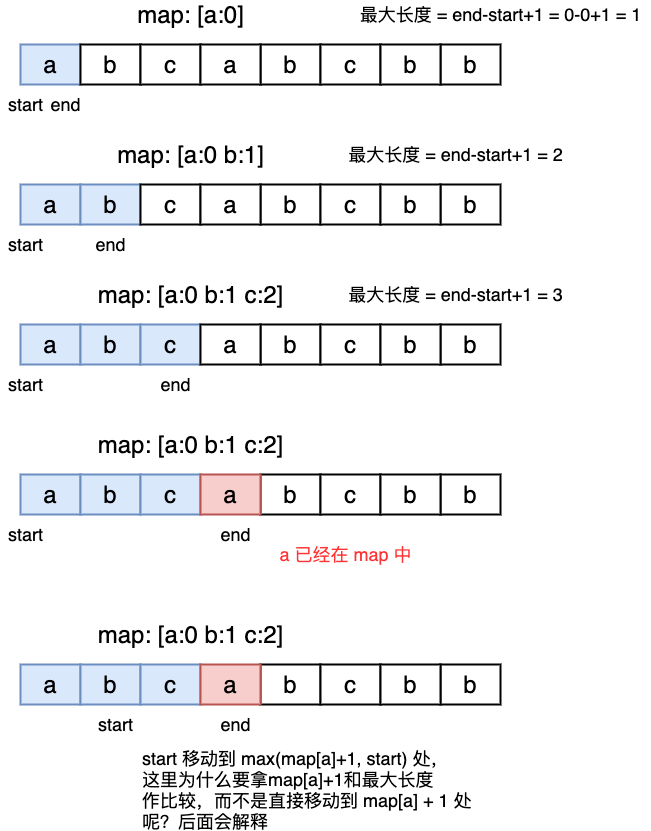
autsu/diagrams keeps this draw.io diagram as 剑指Offer48_最长不含重复字符的子字符串.png. Above is the earlier version. Source tidied: cells renumbered, new cells last; positions are measured from the earlier drawing's top-left corner, leaving out a move shared by most shapes.
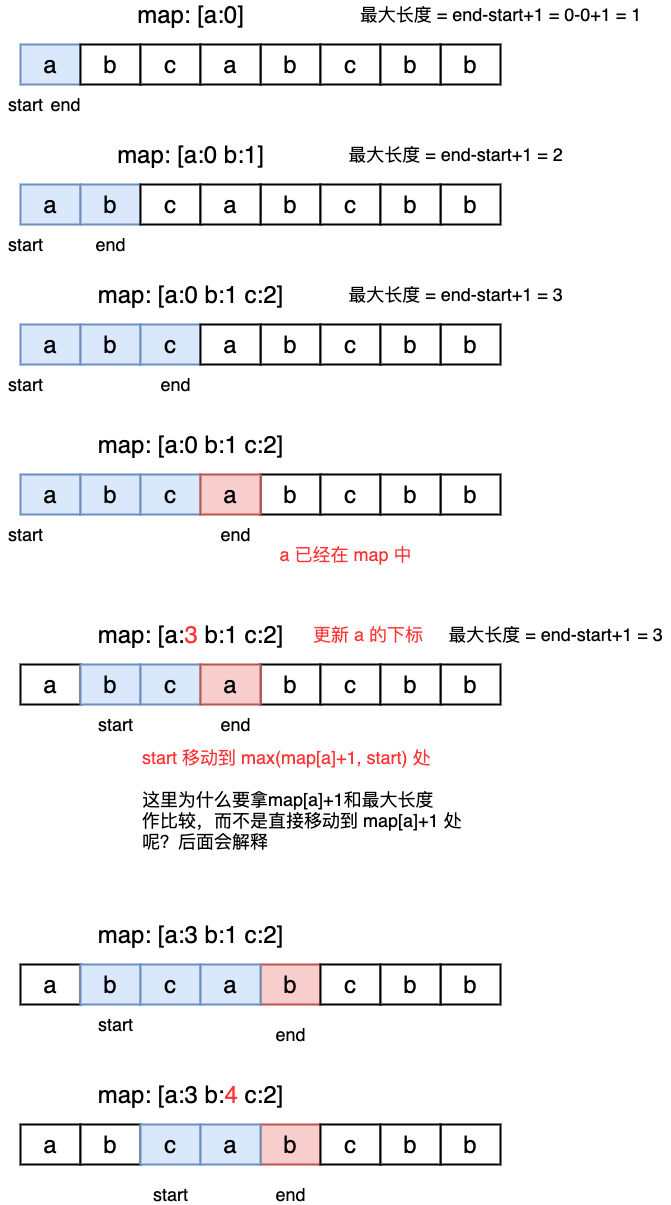
Later version of the same file.

Commit message:
更新剑指Offer48_最长不含重复字符的子字符串.png

Change to the diagram source:
```diff
@@ -137,7 +137,7 @@
     <mxCell id="46" value="&lt;font style=&quot;font-size: 18px&quot; color=&quot;#ff3333&quot;&gt;a 已经在 map 中&lt;/font&gt;" style="text;html=1;align=center;verticalAlign=middle;fillColor=none;strokeColor=none;rounded=0;" parent="1" vertex="1">
       <mxGeometry x="270" y="540" width="150" height="20" as="geometry" />
     </mxCell>
-    <mxCell id="47" value="&lt;font style=&quot;font-size: 24px&quot;&gt;a&lt;/font&gt;" style="rounded=0;whiteSpace=wrap;html=1;strokeWidth=2;fillColor=#dae8fc;strokeColor=#6c8ebf;" parent="1" vertex="1">
+    <mxCell id="47" value="&lt;font style=&quot;font-size: 24px&quot;&gt;a&lt;/font&gt;" style="rounded=0;whiteSpace=wrap;html=1;strokeWidth=2;" parent="1" vertex="1">
       <mxGeometry x="20" y="660" width="60" height="40" as="geometry" />
     </mxCell>
     <mxCell id="48" value="&lt;span style=&quot;font-size: 24px&quot;&gt;b&lt;/span&gt;" style="rounded=0;whiteSpace=wrap;html=1;strokeWidth=2;fillColor=#dae8fc;strokeColor=#6c8ebf;" parent="1" vertex="1">
@@ -167,7 +167,7 @@
     <mxCell id="56" value="&lt;font style=&quot;font-size: 18px&quot;&gt;end&lt;/font&gt;" style="text;html=1;align=center;verticalAlign=middle;fillColor=none;strokeColor=none;rounded=0;" parent="1" vertex="1">
       <mxGeometry x="210" y="710" width="50" height="20" as="geometry" />
     </mxCell>
-    <mxCell id="57" value="&lt;font style=&quot;font-size: 24px&quot;&gt;map: [a:0 b:1 c:2]&lt;/font&gt;" style="text;html=1;align=center;verticalAlign=middle;fillColor=none;strokeColor=none;rounded=0;" parent="1" vertex="1">
+    <mxCell id="57" value="&lt;font style=&quot;font-size: 24px&quot;&gt;map: [a:&lt;font color=&quot;#ff3333&quot;&gt;3&lt;/font&gt; b:1 c:2]&lt;/font&gt;" style="text;html=1;align=center;verticalAlign=middle;fillColor=none;strokeColor=none;rounded=0;" parent="1" vertex="1">
       <mxGeometry x="90" y="620" width="200" height="20" as="geometry" />
     </mxCell>
     <mxCell id="58" value="&lt;font style=&quot;font-size: 18px&quot;&gt;最大长度 = end-start+1 = 0-0+1 = 1&lt;/font&gt;" style="text;html=1;align=center;verticalAlign=middle;fillColor=none;strokeColor=none;rounded=0;" parent="1" vertex="1">
@@ -179,8 +179,80 @@
     <mxCell id="60" value="&lt;font style=&quot;font-size: 18px&quot;&gt;最大长度 = end-start+1 = 3&lt;/font&gt;" style="text;html=1;align=center;verticalAlign=middle;fillColor=none;strokeColor=none;rounded=0;" parent="1" vertex="1">
       <mxGeometry x="340" y="280" width="230" height="20" as="geometry" />
     </mxCell>
-    <mxCell id="61" value="&lt;span style=&quot;font-size: 18px&quot;&gt;start 移动到 max(map[a]+1, start) 处，&lt;br&gt;这里为什么要拿&lt;/span&gt;&lt;span style=&quot;font-size: 18px&quot;&gt;map[a]+1&lt;/span&gt;&lt;span style=&quot;font-size: 18px&quot;&gt;和最大长度&lt;br&gt;作比较，而不是直接移动到 map[a] + 1 处&lt;br&gt;呢？后面会解释&lt;/span&gt;" style="text;html=1;align=left;verticalAlign=middle;fillColor=none;strokeColor=none;rounded=0;" parent="1" vertex="1">
-      <mxGeometry x="140" y="750" width="350" height="70" as="geometry" />
+    <mxCell id="61" value="&lt;span style=&quot;font-size: 18px&quot;&gt;&lt;font color=&quot;#ff3333&quot;&gt;start 移动到 max(map[a]+1, start) 处&lt;br&gt;&lt;/font&gt;&lt;br&gt;这里为什么要拿&lt;/span&gt;&lt;span style=&quot;font-size: 18px&quot;&gt;map[a]+1&lt;/span&gt;&lt;span style=&quot;font-size: 18px&quot;&gt;和最大长度&lt;br&gt;作比较，而不是直接移动到 map[a]+1 处&lt;br&gt;呢？后面会解释&lt;/span&gt;" style="text;html=1;align=left;verticalAlign=middle;fillColor=none;strokeColor=none;rounded=0;" parent="1" vertex="1">
+      <mxGeometry x="140" y="750" width="340" height="90" as="geometry" />
     </mxCell>
+    <mxCell id="62" value="&lt;font style=&quot;font-size: 24px&quot;&gt;a&lt;/font&gt;" style="rounded=0;whiteSpace=wrap;html=1;strokeWidth=2;" parent="1" vertex="1">
+      <mxGeometry x="20" y="960" width="60" height="40" as="geometry" />
+    </mxCell>
+    <mxCell id="63" value="&lt;span style=&quot;font-size: 24px&quot;&gt;b&lt;/span&gt;" style="rounded=0;whiteSpace=wrap;html=1;strokeWidth=2;fillColor=#dae8fc;strokeColor=#6c8ebf;" parent="1" vertex="1">
+      <mxGeometry x="80" y="960" width="60" height="40" as="geometry" />
+    </mxCell>
+    <mxCell id="64" value="&lt;font style=&quot;font-size: 24px&quot;&gt;c&lt;/font&gt;" style="rounded=0;whiteSpace=wrap;html=1;strokeWidth=2;fillColor=#dae8fc;strokeColor=#6c8ebf;" parent="1" vertex="1">
+      <mxGeometry x="140" y="960" width="60" height="40" as="geometry" />
+    </mxCell>
+    <mxCell id="65" value="&lt;font style=&quot;font-size: 24px&quot;&gt;b&lt;/font&gt;" style="rounded=0;whiteSpace=wrap;html=1;strokeWidth=2;fillColor=#f8cecc;strokeColor=#b85450;" parent="1" vertex="1">
+      <mxGeometry x="260" y="960" width="60" height="40" as="geometry" />
+    </mxCell>
+    <mxCell id="66" value="&lt;font style=&quot;font-size: 24px&quot;&gt;b&lt;/font&gt;" style="rounded=0;whiteSpace=wrap;html=1;strokeWidth=2;" parent="1" vertex="1">
+      <mxGeometry x="440" y="960" width="60" height="40" as="geometry" />
+    </mxCell>
+    <mxCell id="67" value="&lt;font style=&quot;font-size: 24px&quot;&gt;c&lt;/font&gt;" style="rounded=0;whiteSpace=wrap;html=1;strokeWidth=2;" parent="1" vertex="1">
+      <mxGeometry x="320" y="960" width="60" height="40" as="geometry" />
+    </mxCell>
+    <mxCell id="68" value="&lt;font style=&quot;font-size: 24px&quot;&gt;b&lt;/font&gt;" style="rounded=0;whiteSpace=wrap;html=1;strokeWidth=2;" parent="1" vertex="1">
+      <mxGeometry x="380" y="960" width="60" height="40" as="geometry" />
+    </mxCell>
+    <mxCell id="69" value="&lt;font style=&quot;font-size: 24px&quot;&gt;a&lt;/font&gt;" style="rounded=0;whiteSpace=wrap;html=1;strokeWidth=2;fillColor=#dae8fc;strokeColor=#6c8ebf;" parent="1" vertex="1">
+      <mxGeometry x="200" y="960" width="60" height="40" as="geometry" />
+    </mxCell>
+    <mxCell id="70" value="&lt;font style=&quot;font-size: 18px&quot;&gt;start&lt;/font&gt;" style="text;html=1;align=center;verticalAlign=middle;fillColor=none;strokeColor=none;rounded=0;" parent="1" vertex="1">
+      <mxGeometry x="90" y="1010" width="50" height="20" as="geometry" />
+    </mxCell>
+    <mxCell id="71" value="&lt;font style=&quot;font-size: 18px&quot;&gt;end&lt;/font&gt;" style="text;html=1;align=center;verticalAlign=middle;fillColor=none;strokeColor=none;rounded=0;" parent="1" vertex="1">
+      <mxGeometry x="265" y="1020" width="50" height="20" as="geometry" />
+    </mxCell>
+    <mxCell id="72" value="&lt;font style=&quot;font-size: 24px&quot;&gt;map: [a:3 b:1 c:2]&lt;/font&gt;" style="text;html=1;align=center;verticalAlign=middle;fillColor=none;strokeColor=none;rounded=0;" parent="1" vertex="1">
+      <mxGeometry x="90" y="920" width="200" height="20" as="geometry" />
+    </mxCell>
+    <mxCell id="73" value="&lt;font style=&quot;font-size: 18px&quot; color=&quot;#ff3333&quot;&gt;&amp;nbsp;更新 a 的下标&lt;/font&gt;" style="text;html=1;align=center;verticalAlign=middle;fillColor=none;strokeColor=none;rounded=0;" parent="1" vertex="1">
+      <mxGeometry x="300" y="620" width="130" height="20" as="geometry" />
+    </mxCell>
+    <mxCell id="74" value="&lt;font style=&quot;font-size: 18px&quot;&gt;最大长度 = end-start+1 = 3&lt;/font&gt;" style="text;html=1;align=center;verticalAlign=middle;fillColor=none;strokeColor=none;rounded=0;" parent="1" vertex="1">
+      <mxGeometry x="440" y="620" width="230" height="20" as="geometry" />
+    </mxCell>
+    <mxCell id="75" value="&lt;font style=&quot;font-size: 24px&quot;&gt;a&lt;/font&gt;" style="rounded=0;whiteSpace=wrap;html=1;strokeWidth=2;" parent="1" vertex="1">
+      <mxGeometry x="20" y="1120" width="60" height="40" as="geometry" />
+    </mxCell>
+    <mxCell id="76" value="&lt;span style=&quot;font-size: 24px&quot;&gt;b&lt;/span&gt;" style="rounded=0;whiteSpace=wrap;html=1;strokeWidth=2;" parent="1" vertex="1">
+      <mxGeometry x="80" y="1120" width="60" height="40" as="geometry" />
+    </mxCell>
+    <mxCell id="77" value="&lt;font style=&quot;font-size: 24px&quot;&gt;c&lt;/font&gt;" style="rounded=0;whiteSpace=wrap;html=1;strokeWidth=2;fillColor=#dae8fc;strokeColor=#6c8ebf;" parent="1" vertex="1">
+      <mxGeometry x="140" y="1120" width="60" height="40" as="geometry" />
+    </mxCell>
+    <mxCell id="78" value="&lt;font style=&quot;font-size: 24px&quot;&gt;b&lt;/font&gt;" style="rounded=0;whiteSpace=wrap;html=1;strokeWidth=2;fillColor=#f8cecc;strokeColor=#b85450;" parent="1" vertex="1">
+      <mxGeometry x="260" y="1120" width="60" height="40" as="geometry" />
+    </mxCell>
+    <mxCell id="79" value="&lt;font style=&quot;font-size: 24px&quot;&gt;b&lt;/font&gt;" style="rounded=0;whiteSpace=wrap;html=1;strokeWidth=2;" parent="1" vertex="1">
+      <mxGeometry x="440" y="1120" width="60" height="40" as="geometry" />
+    </mxCell>
+    <mxCell id="80" value="&lt;font style=&quot;font-size: 24px&quot;&gt;c&lt;/font&gt;" style="rounded=0;whiteSpace=wrap;html=1;strokeWidth=2;" parent="1" vertex="1">
+      <mxGeometry x="320" y="1120" width="60" height="40" as="geometry" />
+    </mxCell>
+    <mxCell id="81" value="&lt;font style=&quot;font-size: 24px&quot;&gt;b&lt;/font&gt;" style="rounded=0;whiteSpace=wrap;html=1;strokeWidth=2;" parent="1" vertex="1">
+      <mxGeometry x="380" y="1120" width="60" height="40" as="geometry" />
+    </mxCell>
+    <mxCell id="82" value="&lt;font style=&quot;font-size: 24px&quot;&gt;a&lt;/font&gt;" style="rounded=0;whiteSpace=wrap;html=1;strokeWidth=2;fillColor=#dae8fc;strokeColor=#6c8ebf;" parent="1" vertex="1">
+      <mxGeometry x="200" y="1120" width="60" height="40" as="geometry" />
+    </mxCell>
+    <mxCell id="83" value="&lt;font style=&quot;font-size: 18px&quot;&gt;start&lt;/font&gt;" style="text;html=1;align=center;verticalAlign=middle;fillColor=none;strokeColor=none;rounded=0;" parent="1" vertex="1">
+      <mxGeometry x="145" y="1180" width="50" height="20" as="geometry" />
+    </mxCell>
+    <mxCell id="84" value="&lt;font style=&quot;font-size: 18px&quot;&gt;end&lt;/font&gt;" style="text;html=1;align=center;verticalAlign=middle;fillColor=none;strokeColor=none;rounded=0;" parent="1" vertex="1">
+      <mxGeometry x="265" y="1180" width="50" height="20" as="geometry" />
+    </mxCell>
+    <mxCell id="85" value="&lt;font style=&quot;font-size: 24px&quot;&gt;map: [a:3 b:&lt;font color=&quot;#ff3333&quot;&gt;4&lt;/font&gt; c:2]&lt;/font&gt;" style="text;html=1;align=center;verticalAlign=middle;fillColor=none;strokeColor=none;rounded=0;" parent="1" vertex="1">
+      <mxGeometry x="90" y="1080" width="200" height="20" as="geometry" />
+    </mxCell>
   </root>
 </mxGraphModel>
```
